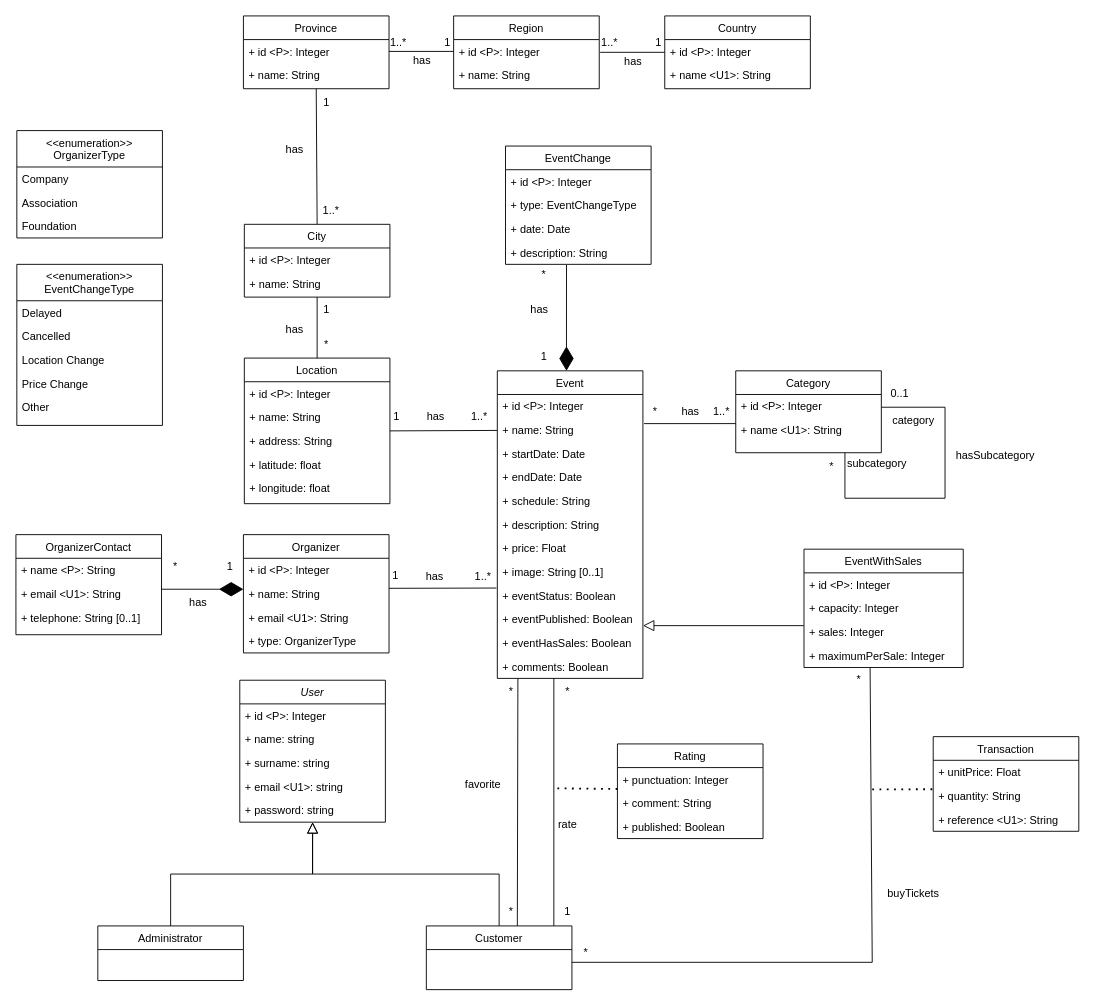
danielpilot/event-database keeps this draw.io diagram as diagrams/conceptual-diagram.drawio. Above is the earlier version. Source tidied: cells renumbered, new cells numbered last; positions are measured from the earlier drawing's top-left corner, leaving out a move shared by most shapes. Both pictures are drawn from the tidied source at 91%, with x=0, y=0 at pixel (15, 15).
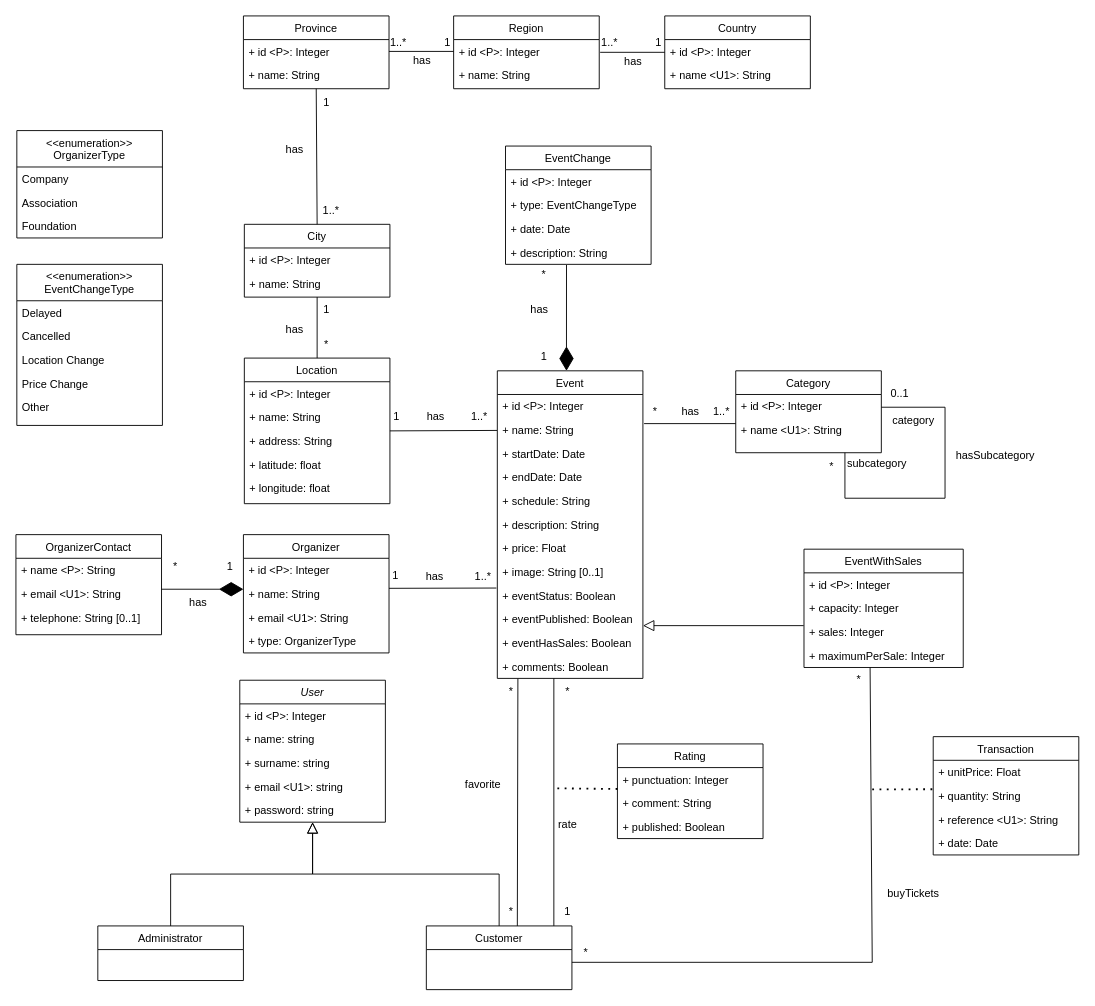
The same page after the edit.

Commit message:
Add transaction date

Change to the diagram source:
```diff
@@
     <mxCell id="138" value="Transaction" style="swimlane;fontStyle=0;align=center;verticalAlign=top;horizontal=1;startSize=26;rounded=0;shadow=0;strokeWidth=1;" parent="1" vertex="1">
-      <mxGeometry x="1008" y="792" width="160" height="104" as="geometry" />
+      <mxGeometry x="1008" y="792" width="160" height="130" as="geometry" />
     </mxCell>
@@
+    <mxCell id="144" value="+ date: Date" style="text;align=left;verticalAlign=top;spacingLeft=4;spacingRight=4;overflow=hidden;rounded=0;shadow=0;html=0;" parent="138" vertex="1">
+      <mxGeometry y="104" width="160" height="26" as="geometry" />
+    </mxCell>
```
